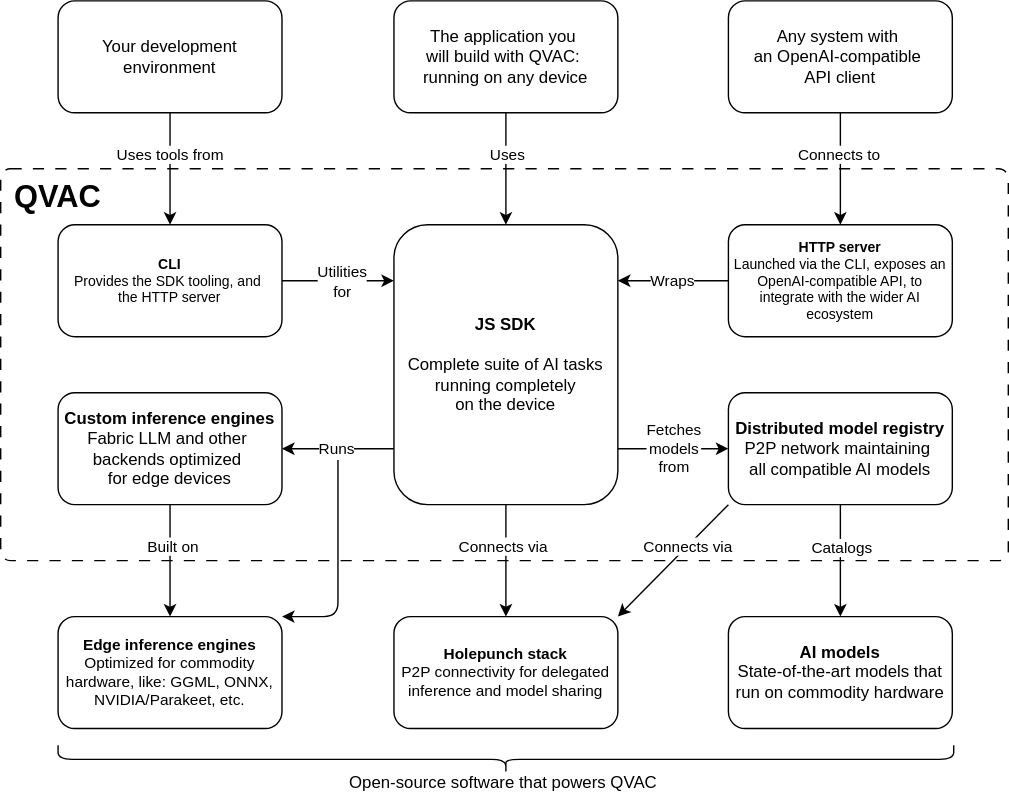
This is docs/website/public/diagrams/system-overview-light.svg from tetherto/qvac, a draw.io export, as it was before one commit. Source tidied: cells renumbered, new cells last; positions are measured from the earlier drawing's top-left corner, leaving out a move shared by most shapes.
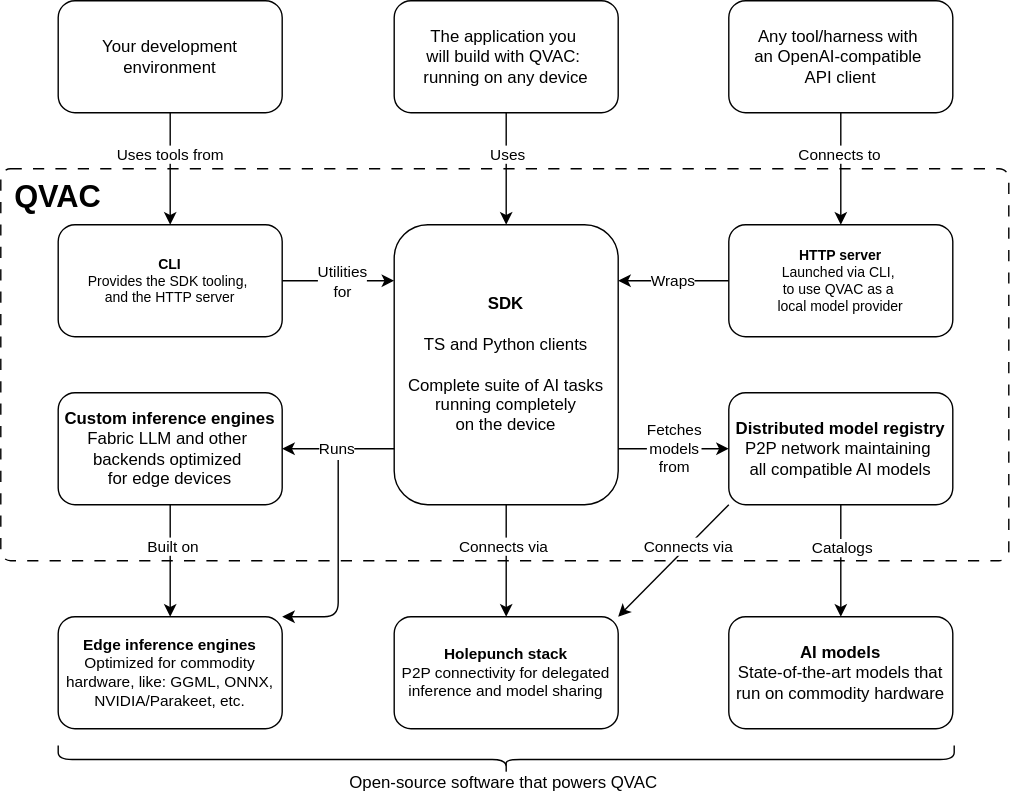
Later version of the same file.

What changed in the source:
```diff
@@ -33,7 +33,7 @@
         <mxPoint y="13" as="offset" />
       </mxGeometry>
     </mxCell>
-    <mxCell id="11" value="Any system&amp;nbsp;&lt;span style=&quot;background-color: transparent; color: light-dark(rgb(0, 0, 0), rgb(255, 255, 255));&quot;&gt;with&amp;nbsp;&lt;/span&gt;&lt;div&gt;&lt;span style=&quot;background-color: transparent; color: light-dark(rgb(0, 0, 0), rgb(255, 255, 255));&quot;&gt;an OpenAI-compatible&amp;nbsp;&lt;/span&gt;&lt;/div&gt;&lt;div&gt;&lt;span style=&quot;background-color: transparent; color: light-dark(rgb(0, 0, 0), rgb(255, 255, 255));&quot;&gt;API client&lt;/span&gt;&lt;/div&gt;" style="rounded=1;whiteSpace=wrap;html=1;fillColor=none;align=center;verticalAlign=middle;comic=0;" parent="3" vertex="1">
+    <mxCell id="11" value="Any tool/harness&amp;nbsp;&lt;span style=&quot;background-color: transparent; color: light-dark(rgb(0, 0, 0), rgb(255, 255, 255));&quot;&gt;with&amp;nbsp;&lt;/span&gt;&lt;div&gt;&lt;span style=&quot;background-color: transparent; color: light-dark(rgb(0, 0, 0), rgb(255, 255, 255));&quot;&gt;an OpenAI-compatible&amp;nbsp;&lt;/span&gt;&lt;/div&gt;&lt;div&gt;&lt;span style=&quot;background-color: transparent; color: light-dark(rgb(0, 0, 0), rgb(255, 255, 255));&quot;&gt;API client&lt;/span&gt;&lt;/div&gt;" style="rounded=1;whiteSpace=wrap;html=1;fillColor=none;align=center;verticalAlign=middle;comic=0;" parent="3" vertex="1">
       <mxGeometry x="520" width="160" height="80" as="geometry" />
     </mxCell>
     <mxCell id="12" style="edgeStyle=orthogonalEdgeStyle;rounded=1;jettySize=auto;html=1;startArrow=classic;startFill=1;endArrow=none;endFill=0;comic=0;" parent="3" edge="1" source="16" target="8">
@@ -55,7 +55,7 @@
     <mxCell id="15" value="Connects via" style="edgeLabel;html=1;align=center;verticalAlign=middle;comic=0;rounded=1;" parent="14" vertex="1">
       <mxGeometry x="-0.28" y="-3" relative="1" as="geometry" />
     </mxCell>
-    <mxCell id="16" value="&lt;b&gt;JS SDK&lt;/b&gt;&lt;div&gt;&lt;b&gt;&lt;br&gt;&lt;/b&gt;&lt;div&gt;&lt;span style=&quot;background-color: transparent; color: light-dark(rgb(0, 0, 0), rgb(255, 255, 255));&quot;&gt;Complete suite of&lt;b&gt;&amp;nbsp;&lt;/b&gt;AI tasks running completely&lt;/span&gt;&lt;div&gt;on the device&lt;br&gt;&lt;/div&gt;&lt;/div&gt;&lt;/div&gt;" style="rounded=1;whiteSpace=wrap;html=1;fillColor=none;align=center;verticalAlign=middle;comic=0;" parent="3" vertex="1">
+    <mxCell id="16" value="&lt;b&gt;SDK&lt;/b&gt;&lt;div&gt;&lt;br&gt;TS and Python clients&lt;br&gt;&lt;br&gt;&lt;div&gt;&lt;span style=&quot;background-color: transparent; color: light-dark(rgb(0, 0, 0), rgb(255, 255, 255));&quot;&gt;Complete suite of&lt;b&gt;&amp;nbsp;&lt;/b&gt;AI tasks running completely&lt;/span&gt;&lt;div&gt;on the device&lt;br&gt;&lt;/div&gt;&lt;/div&gt;&lt;/div&gt;" style="rounded=1;whiteSpace=wrap;html=1;fillColor=none;align=center;verticalAlign=middle;comic=0;" parent="3" vertex="1">
       <mxGeometry x="281" y="160" width="160" height="200" as="geometry" />
     </mxCell>
     <mxCell id="17" value="Wraps" style="edgeStyle=orthogonalEdgeStyle;rounded=1;jettySize=auto;html=1;comic=0;" parent="3" edge="1" source="18" target="16">
@@ -66,7 +66,7 @@
         </Array>
       </mxGeometry>
     </mxCell>
-    <mxCell id="18" value="&lt;div style=&quot;padding-bottom: 0px;&quot;&gt;&lt;b&gt;HTTP server&lt;/b&gt;&lt;/div&gt;&lt;div style=&quot;padding-bottom: 0px;&quot;&gt;&lt;div&gt;Launched via the CLI, exposes an OpenAI-compatible API, to integrate with the wider AI ecosystem&lt;/div&gt;&lt;/div&gt;" style="rounded=1;whiteSpace=wrap;html=1;fillColor=none;align=center;verticalAlign=middle;fontSize=10;comic=0;" parent="3" vertex="1">
+    <mxCell id="18" value="&lt;div style=&quot;padding-bottom: 0px;&quot;&gt;&lt;b&gt;HTTP server&lt;/b&gt;&lt;/div&gt;&lt;div style=&quot;padding-bottom: 0px;&quot;&gt;&lt;div&gt;Launched via CLI,&amp;nbsp;&lt;/div&gt;&lt;div&gt;to use QVAC as a&amp;nbsp;&lt;/div&gt;&lt;div&gt;local model provider&lt;/div&gt;&lt;/div&gt;" style="rounded=1;whiteSpace=wrap;html=1;fillColor=none;align=center;verticalAlign=middle;fontSize=10;comic=0;" parent="3" vertex="1">
       <mxGeometry x="520" y="160" width="160" height="80" as="geometry" />
     </mxCell>
     <mxCell id="19" style="edgeStyle=orthogonalEdgeStyle;rounded=1;jettySize=auto;html=1;comic=0;" parent="3" edge="1" source="21" target="26">
@@ -126,7 +126,7 @@
     <mxCell id="32" value="Utilities&lt;div&gt;for&lt;/div&gt;" style="edgeLabel;html=1;align=center;verticalAlign=middle;comic=0;rounded=1;" parent="31" vertex="1">
       <mxGeometry x="0.04" relative="1" as="geometry" />
     </mxCell>
-    <mxCell id="33" value="&lt;div style=&quot;padding-bottom: 0px;&quot;&gt;&lt;b&gt;CLI&lt;/b&gt;&lt;/div&gt;&lt;div style=&quot;padding-bottom: 0px;&quot;&gt;&lt;span style=&quot;background-color: transparent; color: light-dark(rgb(0, 0, 0), rgb(255, 255, 255));&quot;&gt;Provides&lt;/span&gt;&lt;span style=&quot;background-color: transparent; color: light-dark(rgb(0, 0, 0), rgb(255, 255, 255));&quot;&gt;&amp;nbsp;the SDK tooling, and&amp;nbsp;&lt;/span&gt;&lt;/div&gt;&lt;div style=&quot;padding-bottom: 0px;&quot;&gt;&lt;span style=&quot;background-color: transparent; color: light-dark(rgb(0, 0, 0), rgb(255, 255, 255));&quot;&gt;the HTTP server&lt;/span&gt;&lt;/div&gt;" style="rounded=1;whiteSpace=wrap;html=1;fillColor=none;align=center;verticalAlign=middle;fontSize=10;comic=0;" parent="3" vertex="1">
+    <mxCell id="33" value="&lt;div style=&quot;padding-bottom: 0px;&quot;&gt;&lt;b&gt;CLI&lt;/b&gt;&lt;/div&gt;&lt;div style=&quot;padding-bottom: 0px;&quot;&gt;&lt;span style=&quot;background-color: transparent; color: light-dark(rgb(0, 0, 0), rgb(255, 255, 255));&quot;&gt;Provides&lt;/span&gt;&lt;span style=&quot;background-color: transparent; color: light-dark(rgb(0, 0, 0), rgb(255, 255, 255));&quot;&gt;&amp;nbsp;the SDK tooling,&amp;nbsp;&lt;/span&gt;&lt;/div&gt;&lt;div style=&quot;padding-bottom: 0px;&quot;&gt;&lt;span style=&quot;background-color: transparent; color: light-dark(rgb(0, 0, 0), rgb(255, 255, 255));&quot;&gt;and&amp;nbsp;&lt;/span&gt;&lt;span style=&quot;background-color: transparent; color: light-dark(rgb(0, 0, 0), rgb(255, 255, 255));&quot;&gt;the HTTP server&lt;/span&gt;&lt;/div&gt;" style="rounded=1;whiteSpace=wrap;html=1;fillColor=none;align=center;verticalAlign=middle;fontSize=10;comic=0;" parent="3" vertex="1">
       <mxGeometry x="41" y="160" width="160" height="80" as="geometry" />
     </mxCell>
     <mxCell id="34" style="endArrow=classic;html=1;rounded=1;comic=0;" parent="3" edge="1">
```
